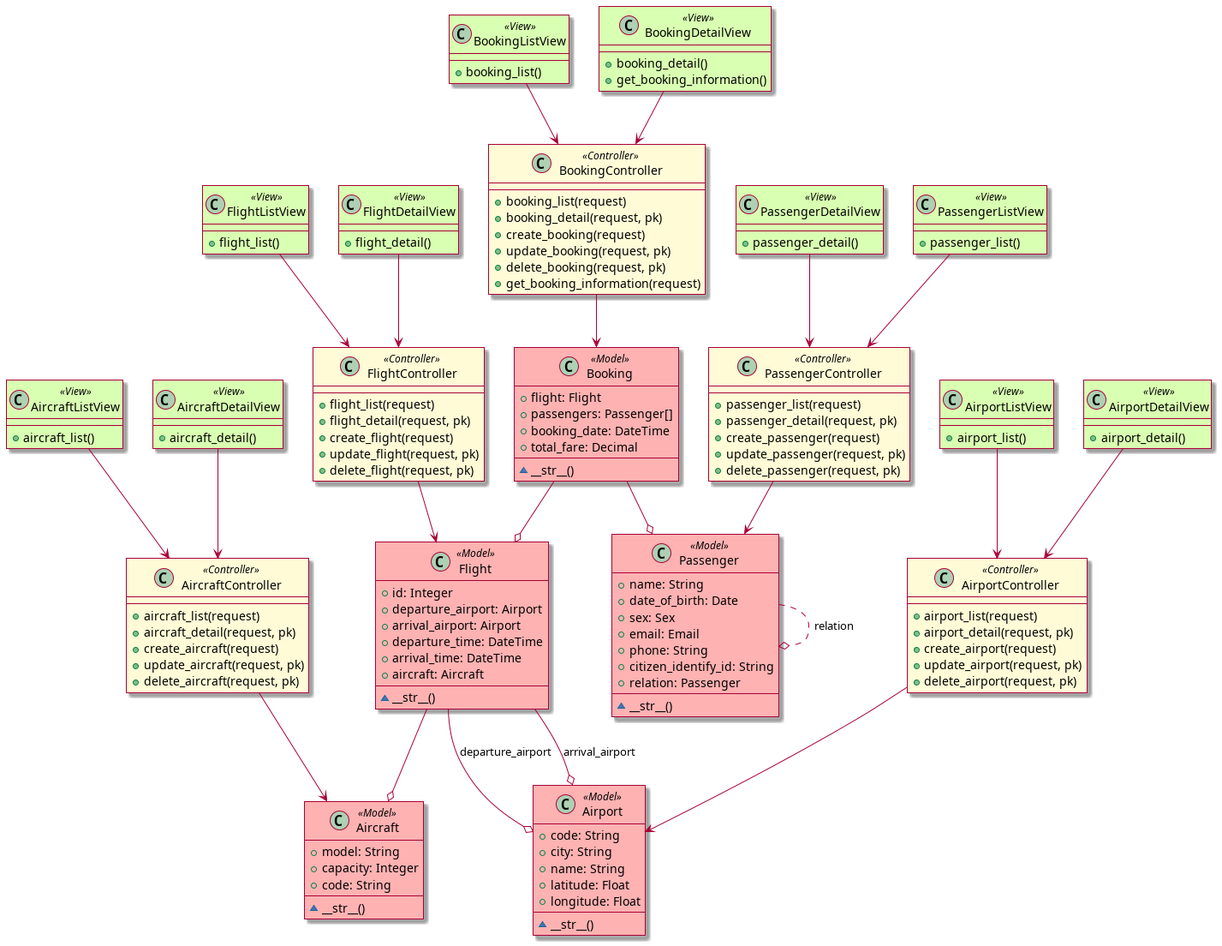
t-pk/aviation-management-project keeps this PlantUML diagram as documents/class-uml.png. Above is the earlier version.
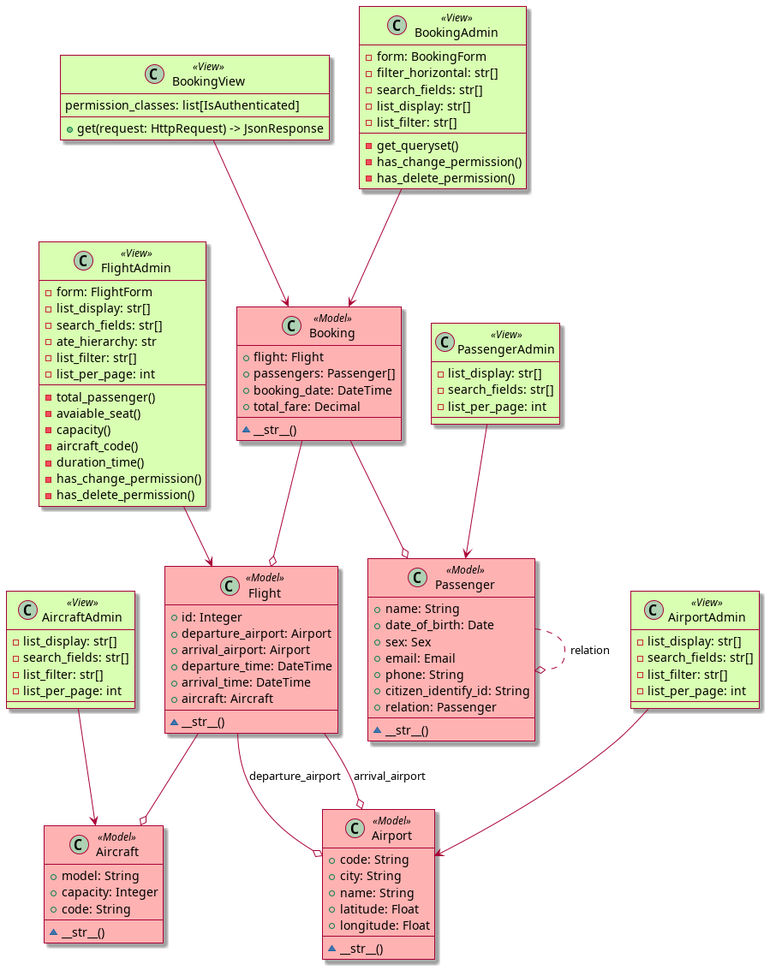
After the change.

Commit message:
update diagram similar to coding

The edit, as a diff of the source:
```diff
@@ -1,17 +1,17 @@
-@startuml "class uml"
+@startuml "Class Diagram"
 
 skin rose
 
 skinparam class {
-BackgroundColor<<Model>> #FFB2B2
+    BackgroundColor<<Model>> #FFB2B2
 }
 
 skinparam class {
-BackgroundColor<<Controller>> #FFFBD7
+    BackgroundColor<<Controller>> #FFFBD7
 }
 
 skinparam class {
-BackgroundColor<<View>> #D9FFB2
+    BackgroundColor<<View>> #D9FFB2
 }
 
 
@@ -60,104 +60,68 @@
     ~ __str__()
 }
 
-class FlightListView<<View>> {
-    + flight_list()
+class BookingView<<View>> {
+    permission_classes: list[IsAuthenticated]
+
+    + get(request: HttpRequest) -> JsonResponse
 }
 
-class FlightDetailView<<View>> {
-    + flight_detail()
+
+class FlightAdmin<<View>> {
+    - form: FlightForm
+    - list_display: str[]
+    - search_fields: str[]
+    - ate_hierarchy: str
+    - list_filter: str[]
+    - list_per_page: int
+    - total_passenger()
+    - avaiable_seat()
+    - capacity()
+    - aircraft_code()
+    - duration_time()
+    - has_change_permission()
+    - has_delete_permission()
 }
 
-class AirportListView<<View>> {
-    + airport_list()
+class AircraftAdmin<<View>> {
+    - list_display: str[]
+    - search_fields: str[]
+    - list_filter: str[]
+    - list_per_page: int
 }
 
-class AirportDetailView<<View>> {
-    + airport_detail()
+class AirportAdmin<<View>> {
+    - list_display: str[]
+    - search_fields: str[]
+    - list_filter: str[]
+    - list_per_page: int
 }
 
-class AircraftListView<<View>> {
-    + aircraft_list()
+class PassengerAdmin<<View>> {
+    - list_display: str[]
+    - search_fields: str[]
+    - list_per_page: int
 }
 
-class AircraftDetailView<<View>> {
-    + aircraft_detail()
+class BookingAdmin<<View>> {
+    - form: BookingForm
+    - filter_horizontal: str[]
+    - search_fields: str[]
+    - list_display: str[]
+    - list_filter: str[]
+    - get_queryset()
+    - has_change_permission()
+    - has_delete_permission()
 }
 
-class PassengerListView<<View>> {
-    + passenger_list()
-}
 
-class PassengerDetailView<<View>> {
-    + passenger_detail()
-}
 
-class BookingListView<<View>> {
-    + booking_list()
-}
-
-class BookingDetailView<<View>> {
-    + booking_detail()
-    + get_booking_information()
-}
-
-class FlightController<<Controller>> {
-    + flight_list(request)
-    + flight_detail(request, pk)
-    + create_flight(request)
-    + update_flight(request, pk)
-    + delete_flight(request, pk)
-}
-
-class AirportController<<Controller>> {
-    + airport_list(request)
-    + airport_detail(request, pk)
-    + create_airport(request)
-    + update_airport(request, pk)
-    + delete_airport(request, pk)
-}
-
-class AircraftController<<Controller>> {
-    + aircraft_list(request)
-    + aircraft_detail(request, pk)
-    + create_aircraft(request)
-    + update_aircraft(request, pk)
-    + delete_aircraft(request, pk)
-}
-
-class PassengerController<<Controller>> {
-    + passenger_list(request)
-    + passenger_detail(request, pk)
-    + create_passenger(request)
-    + update_passenger(request, pk)
-    + delete_passenger(request, pk)
-}
-
-class BookingController<<Controller>> {
-    + booking_list(request)
-    + booking_detail(request, pk)
-    + create_booking(request)
-    + update_booking(request, pk)
-    + delete_booking(request, pk)
-    + get_booking_information(request)
-}
-
-FlightListView --> FlightController
-FlightDetailView --> FlightController
-AirportListView --> AirportController
-AirportDetailView --> AirportController
-AircraftListView --> AircraftController
-AircraftDetailView --> AircraftController
-PassengerListView --> PassengerController
-PassengerDetailView --> PassengerController
-BookingListView --> BookingController
-BookingDetailView --> BookingController
-
-FlightController --> Flight
-AirportController --> Airport
-AircraftController --> Aircraft
-PassengerController --> Passenger
-BookingController --> Booking
+FlightAdmin --> Flight
+AircraftAdmin --> Aircraft
+AirportAdmin --> Airport
+PassengerAdmin --> Passenger
+BookingAdmin --> Booking
+BookingView --> Booking
 
 Passenger ..o Passenger: relation
 Flight --o Airport: departure_airport
@@ -166,4 +130,5 @@
 Booking --o Flight
 Booking --o Passenger
 
+
 @enduml
```
